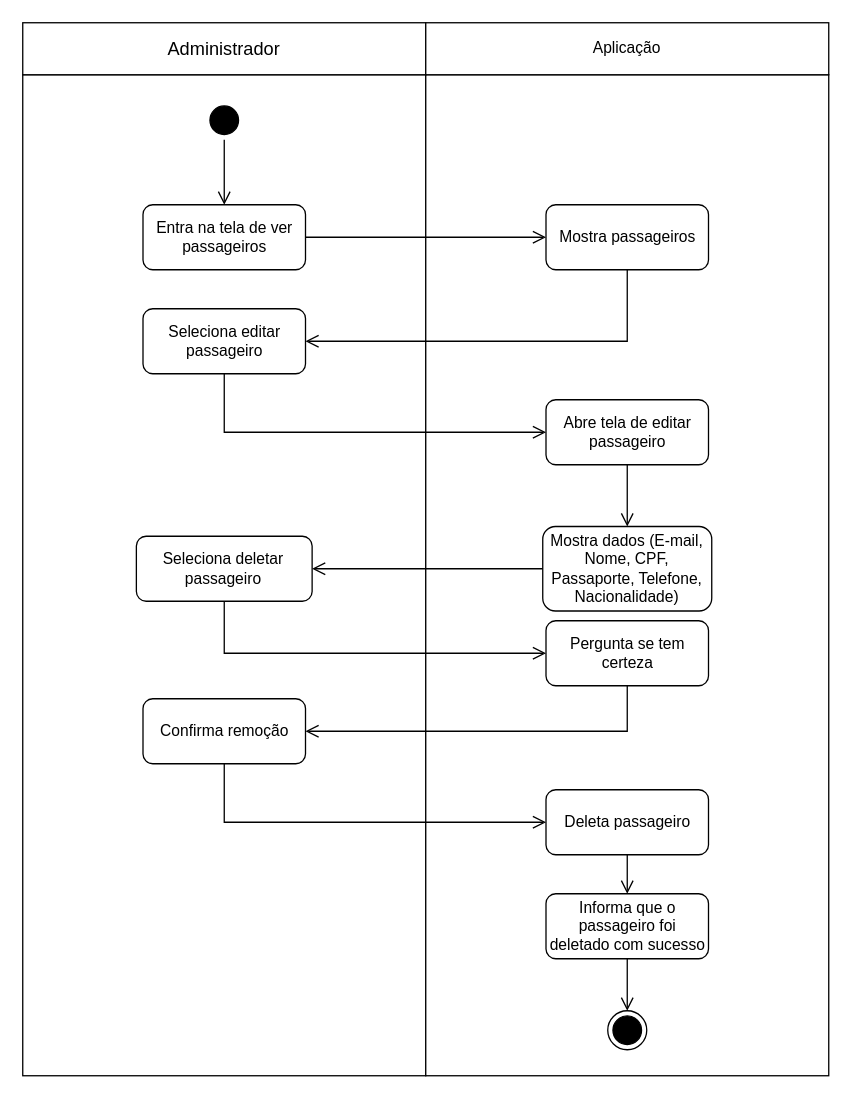
This is Diagramas/Eng_de_Software/Modelos/Atividade/Delete_Passageiro.drawio from GabrielGMori/trabalho-conclus-o-ano, a draw.io file, before an edit. Source tidied: cells renumbered, new cells numbered last; positions are measured from the earlier drawing's top-left corner, leaving out a move shared by most shapes. Both pictures are drawn from the tidied source at 130%, with x=0, y=0 at pixel (22, 22).
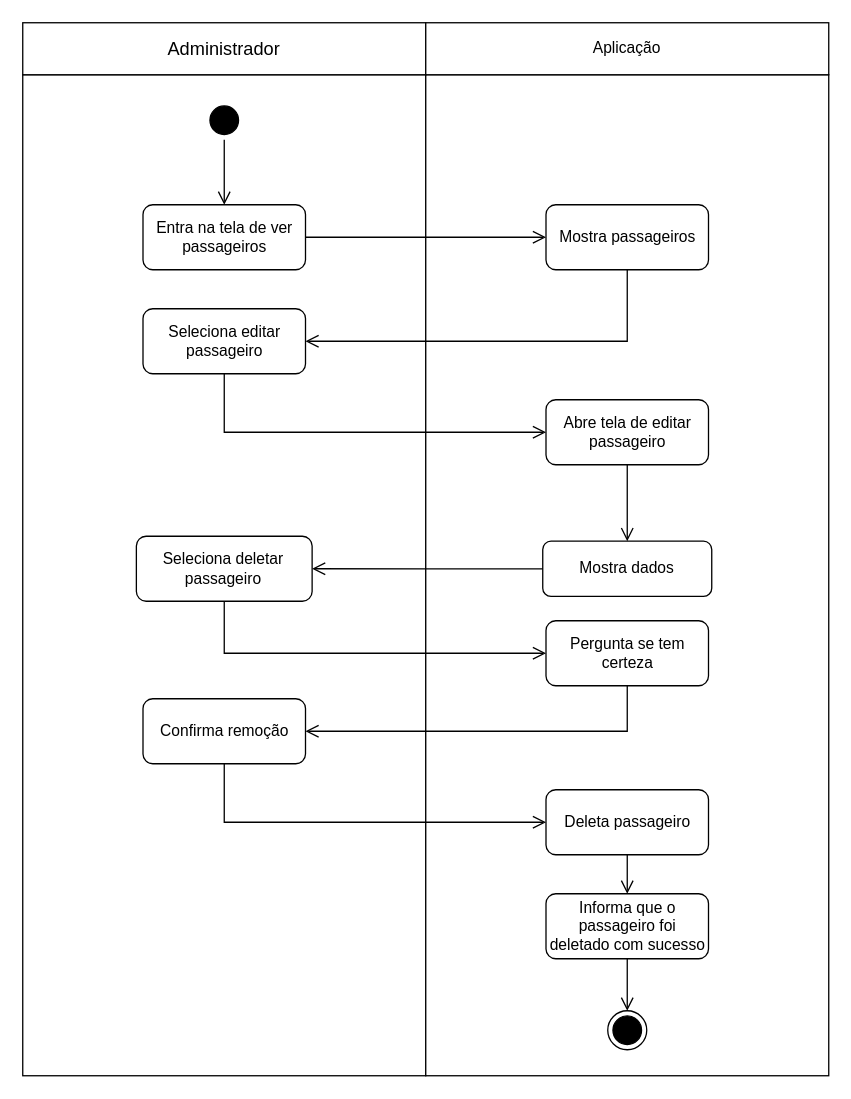
Above is the later version.

The edit, as a diff of the source:
```diff
@@
-    <mxCell id="9" value="Mostra dados (E-mail, Nome, CPF, Passaporte, Telefone, Nacionalidade)" style="rounded=1;whiteSpace=wrap;html=1;" parent="1" vertex="1">
-      <mxGeometry x="400" y="387.5" width="130" height="65" as="geometry" />
+    <mxCell id="9" value="Mostra dados" style="rounded=1;whiteSpace=wrap;html=1;" parent="1" vertex="1">
+      <mxGeometry x="400" y="398.8" width="130" height="42.5" as="geometry" />
     </mxCell>
```
